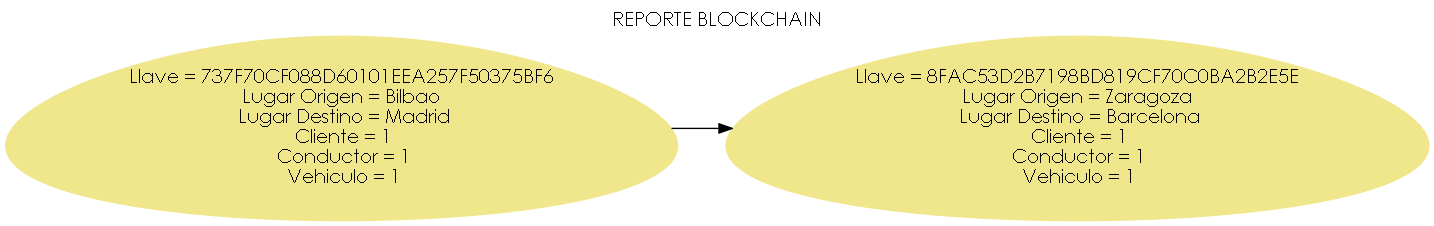
Above: Proyecto2_201700733_201709166/ReporteBC.png in ByLy23/EDD_Jun_2020_201700733_P2_201709166 (Graphviz), before the change. Its source is kept beside it as Proyecto2_201700733_201709166/ReporteBC.dot. The source it was exported from:
```dot
digraph G {

 rankdir=LR;
 node[shape = egg, style=filled, color = khaki, fontname = "Century Gothic"]; graph [fontname = "Century Gothic"];
labelloc = "t;"label = "REPORTE BLOCKCHAIN";
x737F70CF088D60101EEA257F50375BF6[dir=both label = "Llave = 737F70CF088D60101EEA257F50375BF6\nLugar Origen = Bilbao\n Lugar Destino = Madrid\n Cliente = 1\n Conductor = 1\n Vehiculo = 1"]x737F70CF088D60101EEA257F50375BF6-> x8FAC53D2B7198BD819CF70C0BA2B2E5E
x8FAC53D2B7198BD819CF70C0BA2B2E5E[dir=both label = "Llave = 8FAC53D2B7198BD819CF70C0BA2B2E5E\nLugar Origen = Zaragoza\n Lugar Destino = Barcelona\n Cliente = 1\n Conductor = 1\n Vehiculo = 1"]
}
```
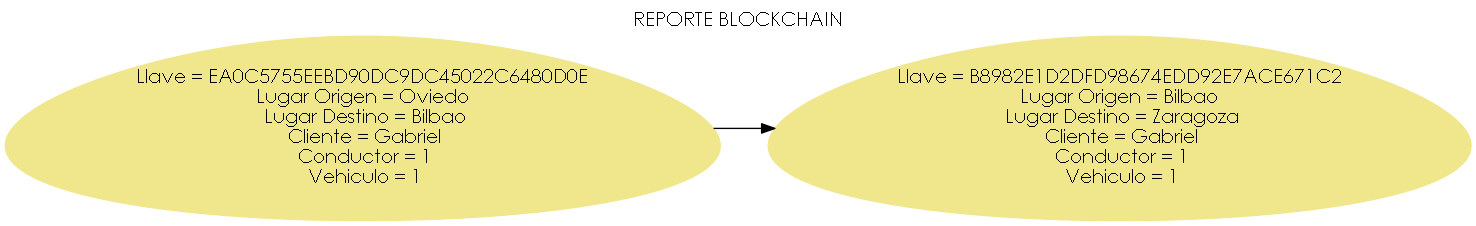
After the change.

Commit message:
Reporte General Terminado 201709166 Jackeline Benitez

What changed in the source:
```diff
@@ -3,6 +3,6 @@
  rankdir=LR;
  node[shape = egg, style=filled, color = khaki, fontname = "Century Gothic"]; graph [fontname = "Century Gothic"];
 labelloc = "t;"label = "REPORTE BLOCKCHAIN";
-x737F70CF088D60101EEA257F50375BF6[dir=both label = "Llave = 737F70CF088D60101EEA257F50375BF6\nLugar Origen = Bilbao\n Lugar Destino = Madrid\n Cliente = 1\n Conductor = 1\n Vehiculo = 1"]x737F70CF088D60101EEA257F50375BF6-> x8FAC53D2B7198BD819CF70C0BA2B2E5E
-x8FAC53D2B7198BD819CF70C0BA2B2E5E[dir=both label = "Llave = 8FAC53D2B7198BD819CF70C0BA2B2E5E\nLugar Origen = Zaragoza\n Lugar Destino = Barcelona\n Cliente = 1\n Conductor = 1\n Vehiculo = 1"]
+xEA0C5755EEBD90DC9DC45022C6480D0E[dir=both label = "Llave = EA0C5755EEBD90DC9DC45022C6480D0E\nLugar Origen = Oviedo\n Lugar Destino = Bilbao\n Cliente = Gabriel\n Conductor = 1\n Vehiculo = 1"]xEA0C5755EEBD90DC9DC45022C6480D0E-> xB8982E1D2DFD98674EDD92E7ACE671C2
+xB8982E1D2DFD98674EDD92E7ACE671C2[dir=both label = "Llave = B8982E1D2DFD98674EDD92E7ACE671C2\nLugar Origen = Bilbao\n Lugar Destino = Zaragoza\n Cliente = Gabriel\n Conductor = 1\n Vehiculo = 1"]
 }
```
